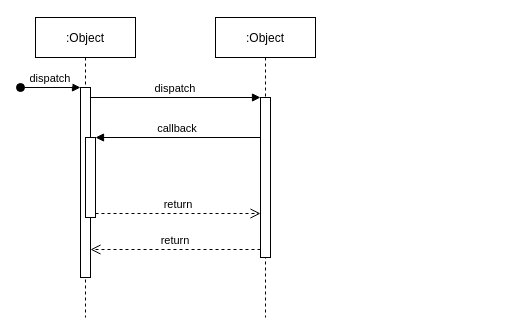
The draw.io diagram gauss_serving_modelupdate.drawio in ZhitongLei/datadistributor-doc, before the edit. Source tidied: cells renumbered, new cells numbered last; positions are measured from the earlier drawing's top-left corner, leaving out a move shared by most shapes. Both pictures are drawn from the tidied source at 100%, with x=0, y=0 at pixel (20, 17).
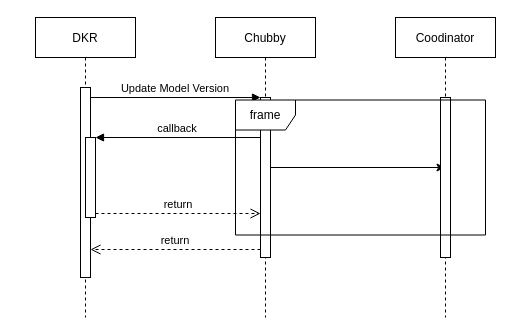
After the change.

What changed in the source:
```diff
@@
 <mxGraphModel>
   <root>
     <mxCell id="0" />
     <mxCell id="1" parent="0" />
-    <mxCell id="2" value=":Object" style="shape=umlLifeline;perimeter=lifelinePerimeter;rounded=0;shadow=0;strokeWidth=1;" parent="1" vertex="1">
+    <mxCell id="2" value="DKR" style="shape=umlLifeline;perimeter=lifelinePerimeter;rounded=0;shadow=0;strokeWidth=1;" parent="1" vertex="1">
       <mxGeometry x="15" width="100" height="300" as="geometry" />
     </mxCell>
     <mxCell id="3" style="points=[];perimeter=orthogonalPerimeter;rounded=0;shadow=0;strokeWidth=1;" parent="2" vertex="1">
       <mxGeometry x="45" y="70" width="10" height="190" as="geometry" />
     </mxCell>
-    <mxCell id="4" value="dispatch" style="verticalAlign=bottom;startArrow=oval;endArrow=block;startSize=8;shadow=0;strokeWidth=1;" parent="2" edge="1" target="3">
-      <mxGeometry relative="1" as="geometry">
-        <mxPoint x="-15" y="70" as="sourcePoint" />
-      </mxGeometry>
-    </mxCell>
     <mxCell id="5" style="points=[];perimeter=orthogonalPerimeter;rounded=0;shadow=0;strokeWidth=1;" parent="2" vertex="1">
       <mxGeometry x="50" y="120" width="10" height="80" as="geometry" />
     </mxCell>
+    <mxCell id="12" style="edgeStyle=orthogonalEdgeStyle;rounded=0;jettySize=auto;html=1;" parent="1" edge="1" source="6" target="13">
+      <mxGeometry relative="1" as="geometry" />
+    </mxCell>
-    <mxCell id="6" value=":Object" style="shape=umlLifeline;perimeter=lifelinePerimeter;rounded=0;shadow=0;strokeWidth=1;" parent="1" vertex="1">
+    <mxCell id="6" value="Chubby" style="shape=umlLifeline;perimeter=lifelinePerimeter;rounded=0;shadow=0;strokeWidth=1;" parent="1" vertex="1">
       <mxGeometry x="195" width="100" height="300" as="geometry" />
     </mxCell>
     <mxCell id="7" style="points=[];perimeter=orthogonalPerimeter;rounded=0;shadow=0;strokeWidth=1;" parent="6" vertex="1">
       <mxGeometry x="45" y="80" width="10" height="160" as="geometry" />
     </mxCell>
     <mxCell id="8" value="return" style="verticalAlign=bottom;endArrow=open;dashed=1;endSize=8;exitX=0;exitY=0.95;shadow=0;strokeWidth=1;" parent="1" edge="1" source="7" target="3">
       <mxGeometry relative="1" as="geometry" />
     </mxCell>
-    <mxCell id="9" value="dispatch" style="verticalAlign=bottom;endArrow=block;entryX=0;entryY=0;shadow=0;strokeWidth=1;" parent="1" edge="1" source="3" target="7">
+    <mxCell id="9" value="Update Model Version" style="verticalAlign=bottom;endArrow=block;entryX=0;entryY=0;shadow=0;strokeWidth=1;" parent="1" edge="1" source="3" target="7">
       <mxGeometry relative="1" as="geometry" />
     </mxCell>
     <mxCell id="10" value="callback" style="verticalAlign=bottom;endArrow=block;entryX=1;entryY=0;shadow=0;strokeWidth=1;" parent="1" edge="1" source="7" target="5">
       <mxGeometry relative="1" as="geometry" />
     </mxCell>
     <mxCell id="11" value="return" style="verticalAlign=bottom;endArrow=open;dashed=1;endSize=8;exitX=1;exitY=0.95;shadow=0;strokeWidth=1;" parent="1" edge="1" source="5" target="7">
       <mxGeometry relative="1" as="geometry" />
     </mxCell>
+    <mxCell id="13" value="Coodinator" style="shape=umlLifeline;perimeter=lifelinePerimeter;rounded=0;shadow=0;strokeWidth=1;" parent="1" vertex="1">
+      <mxGeometry x="375" width="100" height="300" as="geometry" />
+    </mxCell>
+    <mxCell id="14" style="perimeter=orthogonalPerimeter;rounded=0;shadow=0;strokeWidth=1;" parent="13" vertex="1">
+      <mxGeometry x="45" y="80" width="10" height="160" as="geometry" />
+    </mxCell>
+    <mxCell id="15" value="frame" style="shape=umlFrame;whiteSpace=wrap;html=1;" parent="1" vertex="1">
+      <mxGeometry x="215" y="82.5" width="250" height="135" as="geometry" />
+    </mxCell>
   </root>
 </mxGraphModel>
```
